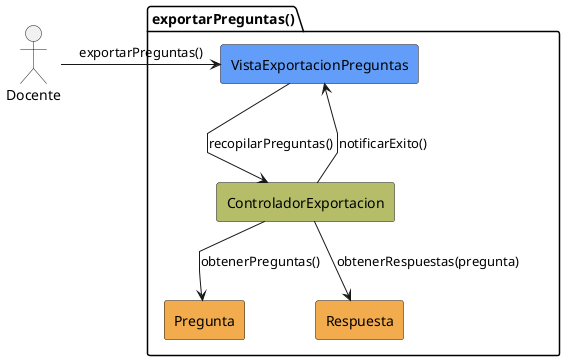
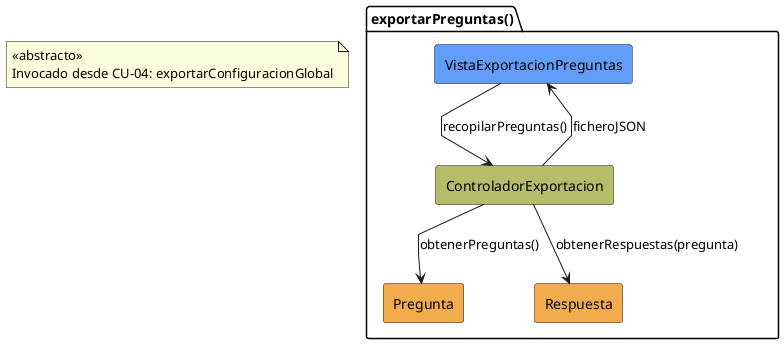
- ﻿@startuml exportarPreguntas-analisis
+ @startuml exportarPreguntas-analisis
skinparam linetype polyline

- actor Docente
+ note "<<abstracto>>\nInvocado desde CU-04: exportarConfiguracionGlobal" as N1
package exportarPreguntas as "exportarPreguntas()" {
    rectangle #629EF9 VistaExportacionPreguntas
    rectangle #b5bd68 ControladorExportacion
    rectangle #F2AC4E Pregunta
    rectangle #F2AC4E Respuesta
}

- Docente -r-> VistaExportacionPreguntas: exportarPreguntas()
VistaExportacionPreguntas -d-> ControladorExportacion: recopilarPreguntas()
ControladorExportacion --> Pregunta: obtenerPreguntas()
ControladorExportacion --> Respuesta: obtenerRespuestas(pregunta)
- ControladorExportacion --> VistaExportacionPreguntas: notificarExito()
+ ControladorExportacion --> VistaExportacionPreguntas: ficheroJSON

- @enduml+ @enduml
